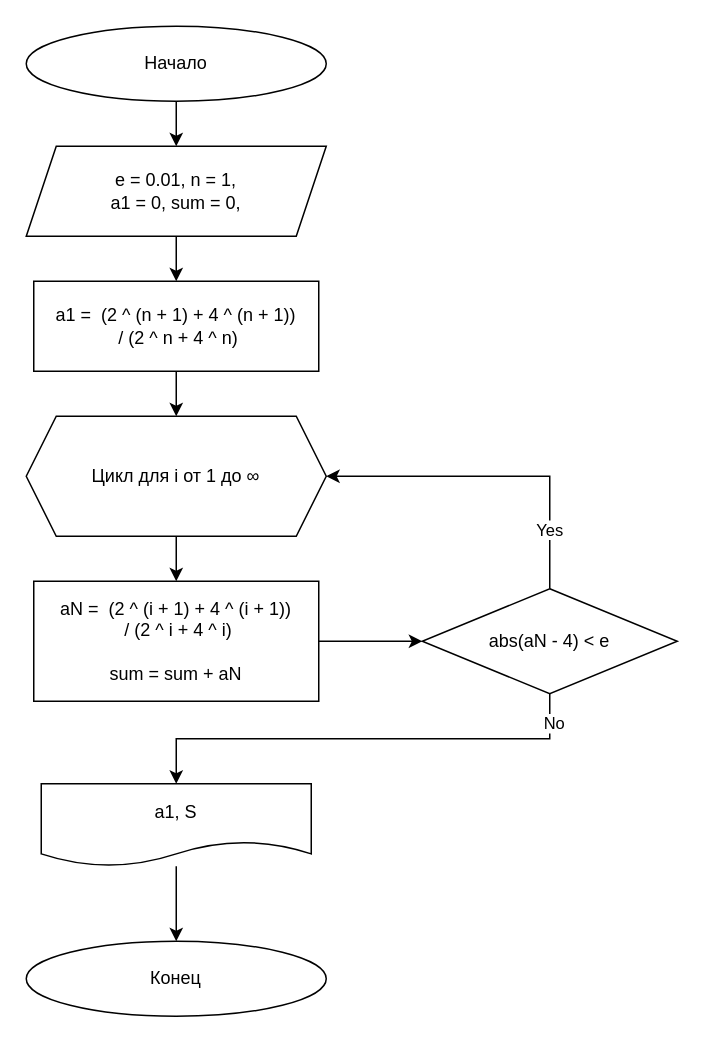
This is Lab1_task1.drawio from vovcyan/ssu-diagrams, a draw.io file, before an edit. Source tidied: cells renumbered, new cells numbered last; positions are measured from the earlier drawing's top-left corner, leaving out a move shared by most shapes. Both pictures are drawn from the tidied source at 150%, with x=0, y=0 at pixel (26, 26).
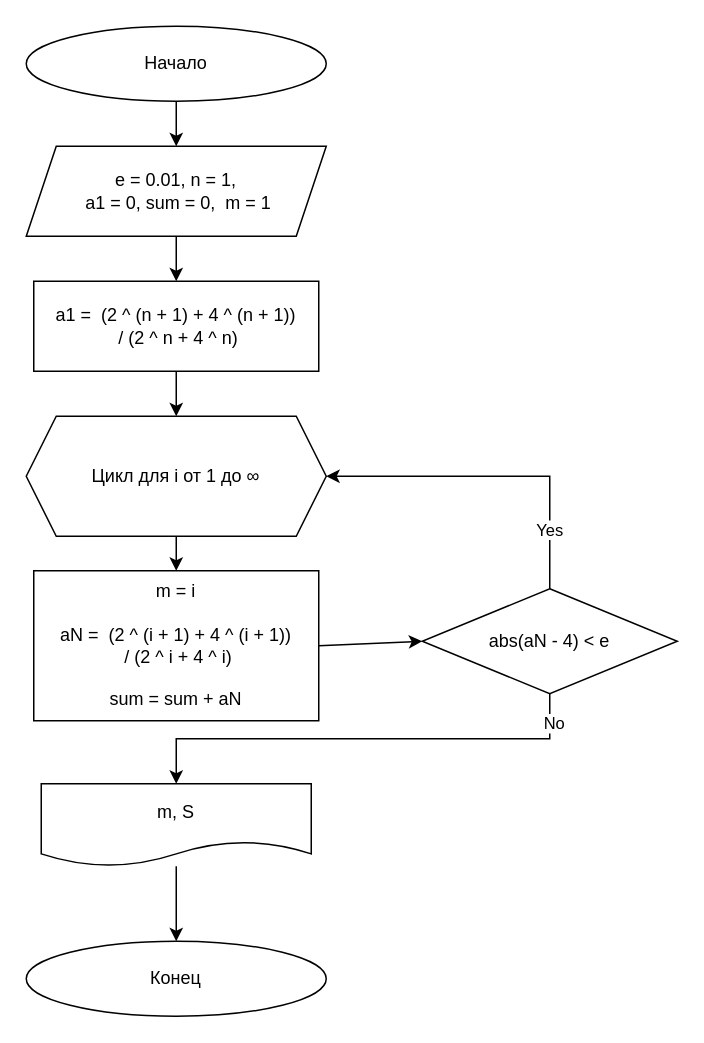
Above is the later version.

What changed in the source:
```diff
@@
-    <mxCell id="3" value="&lt;span&gt;e = 0.01, n = 1,&lt;br&gt;&lt;/span&gt;&lt;span&gt;&amp;nbsp;a1 = 0, sum = 0,&amp;nbsp;&lt;/span&gt;" style="shape=parallelogram;perimeter=parallelogramPerimeter;whiteSpace=wrap;html=1;fixedSize=1;" parent="1" vertex="1">
+    <mxCell id="3" value="&lt;span&gt;e = 0.01, n = 1,&lt;br&gt;&lt;/span&gt;&lt;span&gt;&amp;nbsp;a1 = 0, sum = 0, &amp;nbsp;m = 1&lt;/span&gt;" style="shape=parallelogram;perimeter=parallelogramPerimeter;whiteSpace=wrap;html=1;fixedSize=1;" parent="1" vertex="1">
       <mxGeometry y="80" width="200" height="60" as="geometry" />
     </mxCell>
@@
-    <mxCell id="7" value="aN = &amp;nbsp;(2 ^ (i + 1) + 4 ^ (i + 1))&lt;br&gt;&amp;nbsp;/ (2 ^ i + 4 ^ i)&lt;br&gt;&lt;br&gt;sum = sum + aN" style="rounded=0;whiteSpace=wrap;html=1;" parent="1" vertex="1">
-      <mxGeometry x="5" y="370" width="190" height="80" as="geometry" />
+    <mxCell id="7" value="m = i&lt;br&gt;&lt;br&gt;aN = &amp;nbsp;(2 ^ (i + 1) + 4 ^ (i + 1))&lt;br&gt;&amp;nbsp;/ (2 ^ i + 4 ^ i)&lt;br&gt;&lt;br&gt;sum = sum + aN" style="rounded=0;whiteSpace=wrap;html=1;" parent="1" vertex="1">
+      <mxGeometry x="5" y="363" width="190" height="100" as="geometry" />
     </mxCell>
@@
-    <mxCell id="17" value="a1, S" style="shape=document;whiteSpace=wrap;html=1;boundedLbl=1;" parent="1" vertex="1">
+    <mxCell id="17" value="m, S" style="shape=document;whiteSpace=wrap;html=1;boundedLbl=1;" parent="1" vertex="1">
       <mxGeometry x="10" y="505" width="180" height="55" as="geometry" />
     </mxCell>
```
